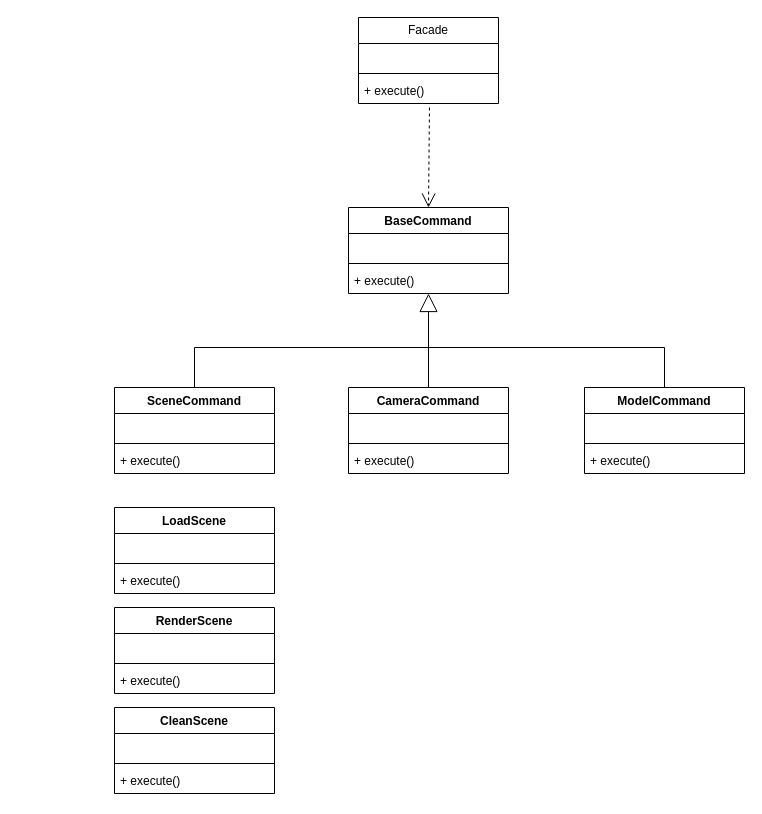
Above: OOP/lab_03/lab_03.drawio in nafanasundukukrali/BMSTU_4_semester (draw.io), before the change. Source tidied: cells renumbered, new cells numbered last; positions are measured from the earlier drawing's top-left corner, leaving out a move shared by most shapes. Both pictures are drawn from the tidied source at 100%, with x=0, y=0 at pixel (114, 17).
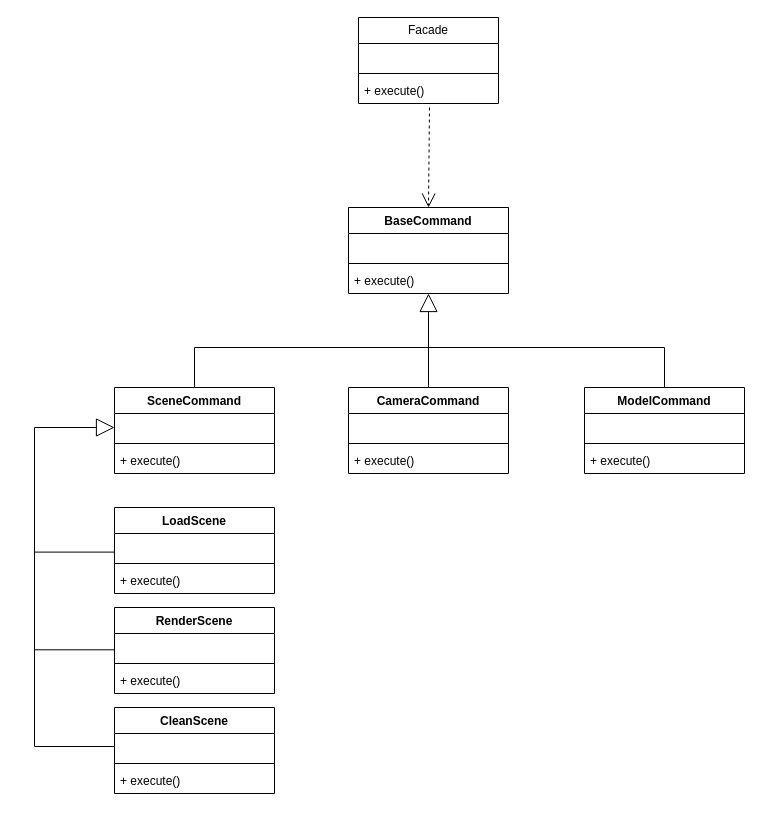
The same page after the edit.

Unchanged cells that the change refers to:
```xml
<mxCell id="26" value="&amp;nbsp;" style="text;strokeColor=none;fillColor=none;align=left;verticalAlign=top;spacingLeft=4;spacingRight=4;overflow=hidden;points=[[0,0.5],[1,0.5]];portConstraint=eastwest;whiteSpace=wrap;html=1;" parent="25" vertex="1">
  <mxGeometry y="26" width="160" height="26" as="geometry" />
</mxCell>
<mxCell id="34" value="&amp;nbsp;" style="text;strokeColor=none;fillColor=none;align=left;verticalAlign=top;spacingLeft=4;spacingRight=4;overflow=hidden;points=[[0,0.5],[1,0.5]];portConstraint=eastwest;whiteSpace=wrap;html=1;" parent="33" vertex="1">
  <mxGeometry y="26" width="160" height="26" as="geometry" />
</mxCell>
```

Change to the diagram source:
```diff
@@
+    <mxCell id="37" style="endArrow=block;endSize=16;endFill=0;html=1;rounded=0;exitX=0;exitY=0.5;exitDx=0;exitDy=0;" parent="1" edge="1" source="34">
+      <mxGeometry relative="1" as="geometry">
+        <mxPoint y="410" as="targetPoint" />
+        <Array as="points">
+          <mxPoint x="-80" y="729" />
+          <mxPoint x="-80" y="410" />
+        </Array>
+      </mxGeometry>
+    </mxCell>
+    <mxCell id="38" style="endArrow=none;html=1;edgeStyle=orthogonalEdgeStyle;rounded=0;entryX=0;entryY=0.5;entryDx=0;entryDy=0;" parent="1" edge="1" target="26">
+      <mxGeometry relative="1" as="geometry">
+        <mxPoint x="-80" y="632.3" as="sourcePoint" />
+        <Array as="points">
+          <mxPoint y="633" />
+        </Array>
+      </mxGeometry>
+    </mxCell>
+    <mxCell id="39" style="endArrow=none;html=1;edgeStyle=orthogonalEdgeStyle;rounded=0;entryX=0;entryY=0.5;entryDx=0;entryDy=0;" parent="1" edge="1">
+      <mxGeometry relative="1" as="geometry">
+        <mxPoint x="-80" y="534.6" as="sourcePoint" />
+        <mxPoint y="531.4" as="targetPoint" />
+        <Array as="points">
+          <mxPoint y="535.4" />
+        </Array>
+      </mxGeometry>
+    </mxCell>
```
